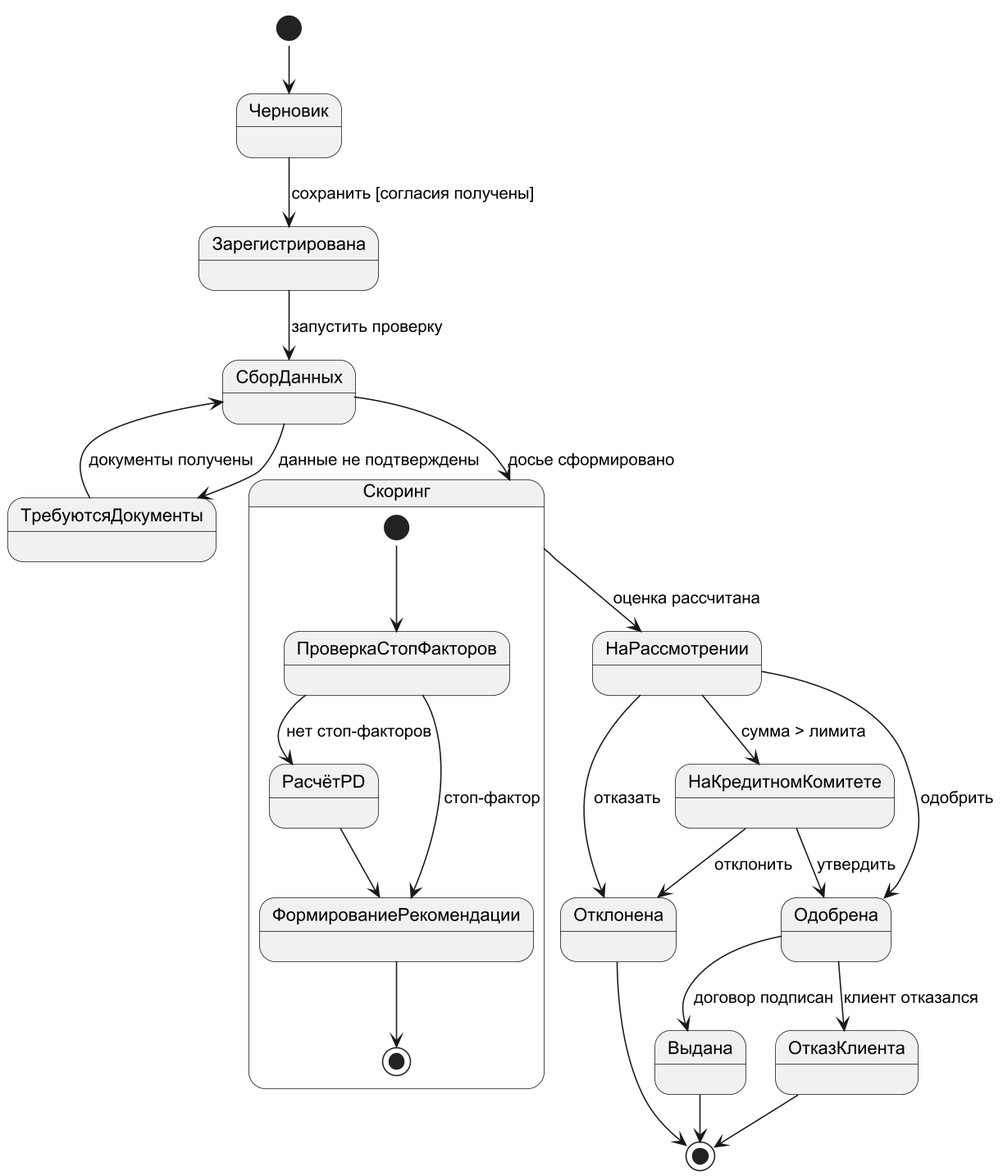
Above: diagrams/uml_state.png in DarkSwordman999/credit-scoring-dss (PlantUML), before the change.
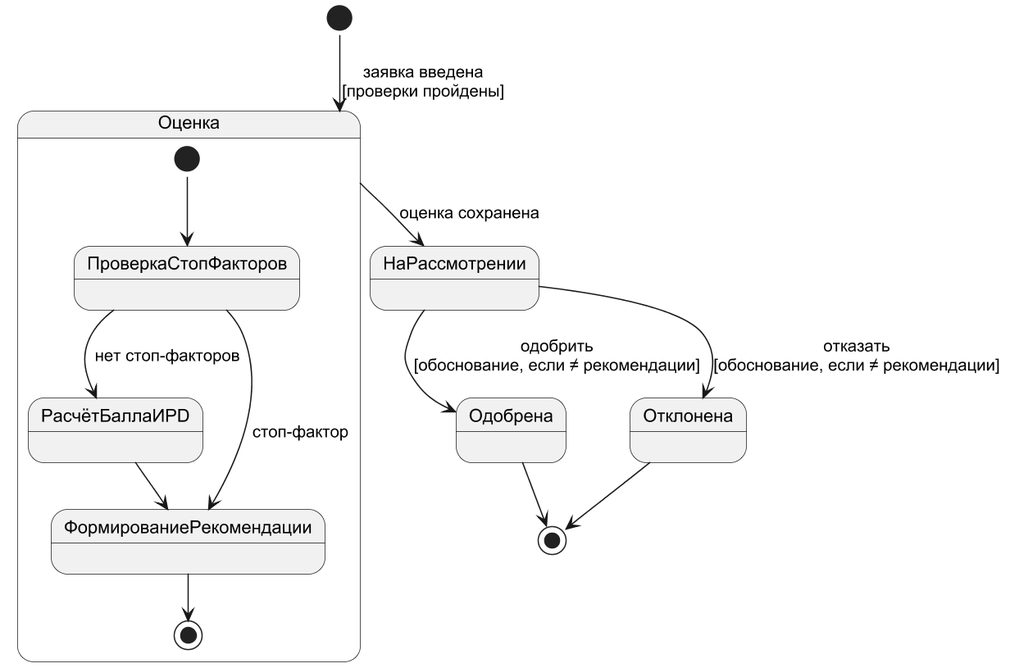
After the commit.

Diff of the diagram source:
```diff
@@ -4,28 +4,17 @@
 skinparam defaultFontName Arial
 skinparam shadowing false
 skinparam monochrome true
-[*] --> Черновик
-Черновик --> Зарегистрирована : сохранить [согласия получены]
-Зарегистрирована --> СборДанных : запустить проверку
-СборДанных --> Скоринг : досье сформировано
-СборДанных --> ТребуютсяДокументы : данные не подтверждены
-ТребуютсяДокументы --> СборДанных : документы получены
-Скоринг --> НаРассмотрении : оценка рассчитана
-НаРассмотрении --> НаКредитномКомитете : сумма > лимита
-НаРассмотрении --> Одобрена : одобрить
-НаРассмотрении --> Отклонена : отказать
-НаКредитномКомитете --> Одобрена : утвердить
-НаКредитномКомитете --> Отклонена : отклонить
-Одобрена --> Выдана : договор подписан
-Одобрена --> ОтказКлиента : клиент отказался
-Выдана --> [*]
-Отклонена --> [*]
-ОтказКлиента --> [*]
-state Скоринг {
+[*] --> Оценка : заявка введена\n[проверки пройдены]
+state Оценка {
   [*] --> ПроверкаСтопФакторов
-  ПроверкаСтопФакторов --> РасчётPD : нет стоп-факторов
-  РасчётPD --> ФормированиеРекомендации
+  ПроверкаСтопФакторов --> РасчётБаллаИPD : нет стоп-факторов
+  РасчётБаллаИPD --> ФормированиеРекомендации
   ПроверкаСтопФакторов --> ФормированиеРекомендации : стоп-фактор
   ФормированиеРекомендации --> [*]
 }
+Оценка --> НаРассмотрении : оценка сохранена
+НаРассмотрении --> Одобрена : одобрить\n[обоснование, если ≠ рекомендации]
+НаРассмотрении --> Отклонена : отказать\n[обоснование, если ≠ рекомендации]
+Одобрена --> [*]
+Отклонена --> [*]
 @enduml
```
